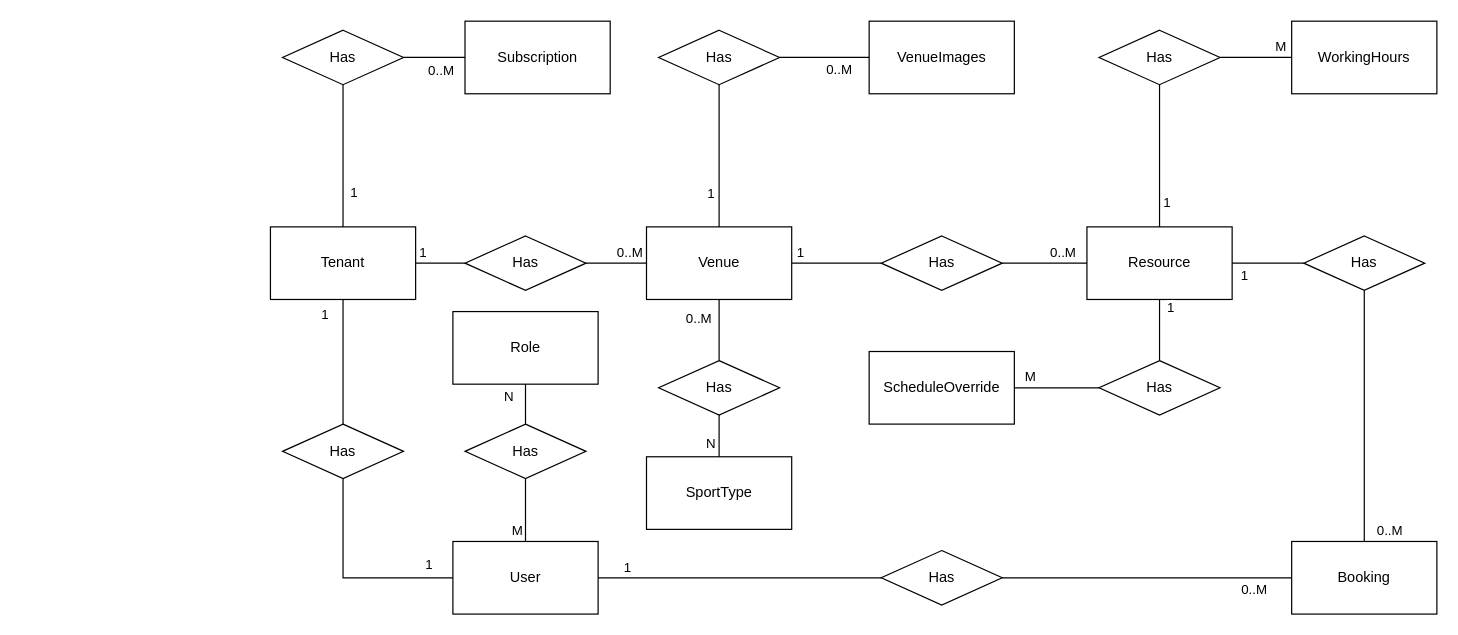
This is Documents/ER Diagram/Atlas Sports ER Diagram.drawio from Gjxrgj/AtlasSports, a draw.io file, before an edit. Source tidied: cells renumbered, new cells numbered last; positions are measured from the earlier drawing's top-left corner, leaving out a move shared by most shapes. Both pictures are drawn from the tidied source at 121%, with x=0, y=0 at pixel (270, 21).
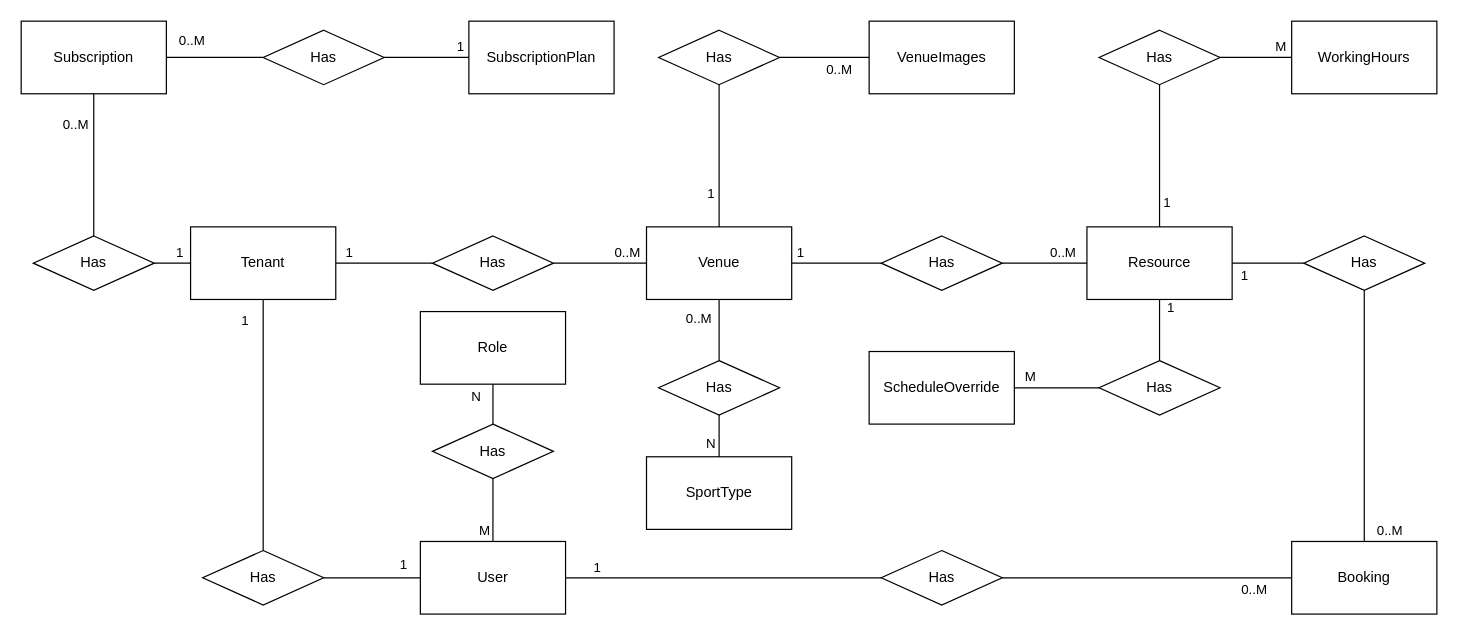
After the change.

What changed in the source:
```diff
@@
     <mxCell id="2" value="Tenant" style="rounded=0;whiteSpace=wrap;html=1;" parent="1" vertex="1">
-      <mxGeometry y="170" width="120" height="60" as="geometry" />
+      <mxGeometry x="-66" y="170" width="120" height="60" as="geometry" />
     </mxCell>
     <mxCell id="3" value="User" style="rounded=0;whiteSpace=wrap;html=1;" parent="1" vertex="1">
-      <mxGeometry x="150.8" y="430" width="120" height="60" as="geometry" />
+      <mxGeometry x="123.9" y="430" width="120" height="60" as="geometry" />
     </mxCell>
@@
     <mxCell id="6" value="Subscription" style="rounded=0;whiteSpace=wrap;html=1;" parent="1" vertex="1">
-      <mxGeometry x="160.8" width="120" height="60" as="geometry" />
+      <mxGeometry x="-206" width="120" height="60" as="geometry" />
     </mxCell>
@@
-    <mxCell id="20" style="endArrow=none;html=1;rounded=0;entryX=0;entryY=0.5;entryDx=0;entryDy=0;exitX=1;exitY=0.5;exitDx=0;exitDy=0;" parent="1" edge="1" source="34" target="6">
+    <mxCell id="20" style="endArrow=none;html=1;rounded=0;entryX=0.5;entryY=1;entryDx=0;entryDy=0;exitX=0.5;exitY=0;exitDx=0;exitDy=0;" parent="1" edge="1" source="34" target="6">
       <mxGeometry relative="1" as="geometry" />
     </mxCell>
@@
-    <mxCell id="24" style="endArrow=none;html=1;rounded=0;entryX=0;entryY=0.5;entryDx=0;entryDy=0;exitX=0.5;exitY=1;exitDx=0;exitDy=0;" parent="1" edge="1" source="31" target="3">
-      <mxGeometry relative="1" as="geometry">
-        <Array as="points">
-          <mxPoint x="60" y="460" />
-        </Array>
-      </mxGeometry>
+    <mxCell id="24" style="endArrow=none;html=1;rounded=0;entryX=0;entryY=0.5;entryDx=0;entryDy=0;exitX=1;exitY=0.5;exitDx=0;exitDy=0;" parent="1" edge="1" source="31" target="3">
+      <mxGeometry relative="1" as="geometry" />
     </mxCell>
@@
     <mxCell id="31" value="Has" style="rhombus;whiteSpace=wrap;html=1;" parent="1" vertex="1">
-      <mxGeometry x="10" y="333" width="100" height="45" as="geometry" />
+      <mxGeometry x="-56" y="437.5" width="100" height="45" as="geometry" />
     </mxCell>
-    <mxCell id="32" style="endArrow=none;html=1;rounded=0;entryX=0.5;entryY=1;entryDx=0;entryDy=0;exitX=0.5;exitY=0;exitDx=0;exitDy=0;" parent="1" edge="1" source="2" target="34">
+    <mxCell id="32" style="endArrow=none;html=1;rounded=0;entryX=1;entryY=0.5;entryDx=0;entryDy=0;exitX=0;exitY=0.5;exitDx=0;exitDy=0;" parent="1" edge="1" source="2" target="34">
       <mxGeometry relative="1" as="geometry" />
     </mxCell>
     <mxCell id="33" value="1" style="edgeLabel;html=1;align=center;verticalAlign=middle;" parent="32" vertex="1">
       <mxGeometry x="-0.62" y="-3" relative="1" as="geometry">
-        <mxPoint x="5" y="-7" as="offset" />
+        <mxPoint x="-4" y="-7" as="offset" />
       </mxGeometry>
     </mxCell>
     <mxCell id="34" value="Has" style="rhombus;whiteSpace=wrap;html=1;" parent="1" vertex="1">
-      <mxGeometry x="10" y="7.5" width="100" height="45" as="geometry" />
+      <mxGeometry x="-196" y="177.5" width="100" height="45" as="geometry" />
     </mxCell>
@@
     <mxCell id="46" value="Has" style="rhombus;whiteSpace=wrap;html=1;" parent="1" vertex="1">
-      <mxGeometry x="160.8" y="177.5" width="100" height="45" as="geometry" />
+      <mxGeometry x="133.9" y="177.5" width="100" height="45" as="geometry" />
     </mxCell>
@@
     <mxCell id="56" value="Role" style="rounded=0;whiteSpace=wrap;html=1;" parent="1" vertex="1">
-      <mxGeometry x="150.8" y="240" width="120" height="60" as="geometry" />
+      <mxGeometry x="123.9" y="240" width="120" height="60" as="geometry" />
     </mxCell>
     <mxCell id="57" value="Has" style="rhombus;whiteSpace=wrap;html=1;" parent="1" vertex="1">
-      <mxGeometry x="160.8" y="333" width="100" height="45" as="geometry" />
+      <mxGeometry x="133.9" y="333" width="100" height="45" as="geometry" />
     </mxCell>
@@
+    <mxCell id="68" value="Has" style="rhombus;whiteSpace=wrap;html=1;" parent="1" vertex="1">
+      <mxGeometry x="-6" y="7.5" width="100" height="45" as="geometry" />
+    </mxCell>
+    <mxCell id="69" value="SubscriptionPlan" style="rounded=0;whiteSpace=wrap;html=1;" parent="1" vertex="1">
+      <mxGeometry x="164" width="120" height="60" as="geometry" />
+    </mxCell>
+    <mxCell id="70" style="endArrow=none;html=1;rounded=0;entryX=1;entryY=0.5;entryDx=0;entryDy=0;exitX=0;exitY=0.5;exitDx=0;exitDy=0;" parent="1" edge="1" source="68" target="6">
+      <mxGeometry relative="1" as="geometry" />
+    </mxCell>
+    <mxCell id="71" value="0..M" style="edgeLabel;html=1;align=center;verticalAlign=middle;" parent="70" vertex="1">
+      <mxGeometry x="0.76" y="1" relative="1" as="geometry">
+        <mxPoint x="10" y="-16" as="offset" />
+      </mxGeometry>
+    </mxCell>
+    <mxCell id="72" style="endArrow=none;html=1;rounded=0;entryX=1;entryY=0.5;entryDx=0;entryDy=0;exitX=0;exitY=0.5;exitDx=0;exitDy=0;" parent="1" edge="1" source="69" target="68">
+      <mxGeometry relative="1" as="geometry" />
+    </mxCell>
+    <mxCell id="73" value="1" style="edgeLabel;html=1;align=center;verticalAlign=middle;" parent="72" vertex="1">
+      <mxGeometry x="-0.62" y="-3" relative="1" as="geometry">
+        <mxPoint x="5" y="-7" as="offset" />
+      </mxGeometry>
+    </mxCell>
```
